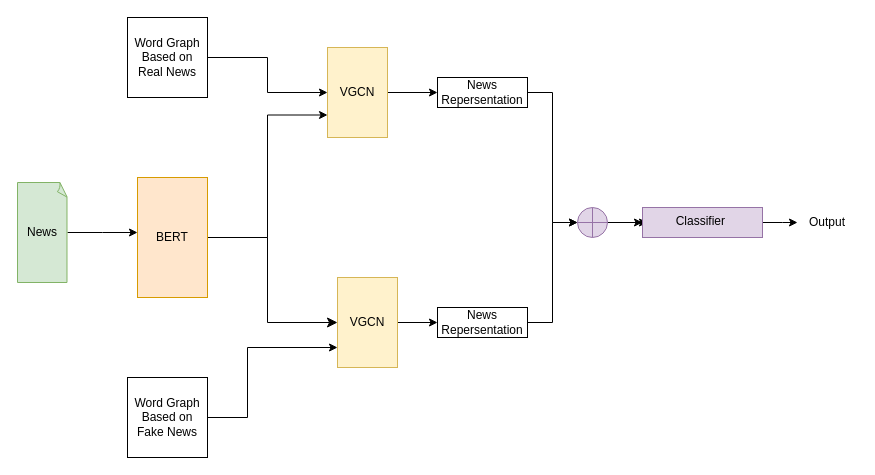
Earlier version of the draw.io diagram page "Page-2" (1 of 2) of GraphBERT.drawio (prabsh/pj). Source tidied: cells renumbered, new cells numbered last; positions are measured from the earlier drawing's top-left corner, leaving out a move shared by most shapes. Both pictures are drawn from the tidied source at 100%, with x=0, y=0 at pixel (17, 17).
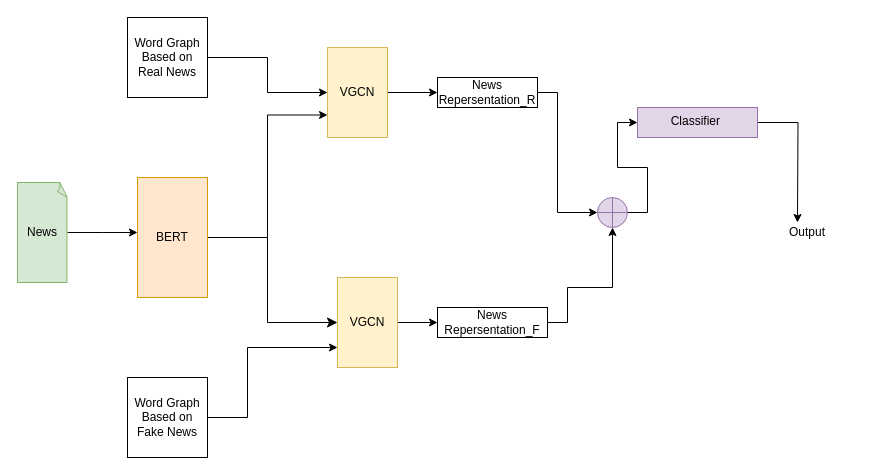
The same diagram, later.

Change to the diagram source:
```diff
@@
-    <mxCell id="15" value="News Repersentation" style="rounded=0;whiteSpace=wrap;html=1;" parent="1" vertex="1">
-      <mxGeometry x="420" y="60" width="90" height="30" as="geometry" />
+    <mxCell id="15" value="News Repersentation_R" style="rounded=0;whiteSpace=wrap;html=1;" parent="1" vertex="1">
+      <mxGeometry x="420" y="60" width="100" height="30" as="geometry" />
     </mxCell>
-    <mxCell id="16" style="edgeStyle=orthogonalEdgeStyle;rounded=0;jettySize=auto;html=1;entryX=0;entryY=0.5;entryDx=0;entryDy=0;entryPerimeter=0;" parent="1" edge="1" source="17" target="21">
-      <mxGeometry relative="1" as="geometry" />
+    <mxCell id="16" style="edgeStyle=orthogonalEdgeStyle;rounded=0;jettySize=auto;html=1;entryX=0.5;entryY=1;entryDx=0;entryDy=0;entryPerimeter=0;exitX=1;exitY=0.5;exitDx=0;exitDy=0;" parent="1" edge="1" source="17" target="21">
+      <mxGeometry relative="1" as="geometry">
+        <Array as="points">
+          <mxPoint x="550" y="305" />
+          <mxPoint x="550" y="270" />
+          <mxPoint x="595" y="270" />
+        </Array>
+      </mxGeometry>
     </mxCell>
-    <mxCell id="17" value="News Repersentation" style="rounded=0;whiteSpace=wrap;html=1;" parent="1" vertex="1">
-      <mxGeometry x="420" y="290" width="90" height="30" as="geometry" />
+    <mxCell id="17" value="News Repersentation_F" style="rounded=0;whiteSpace=wrap;html=1;" parent="1" vertex="1">
+      <mxGeometry x="420" y="290" width="110" height="30" as="geometry" />
     </mxCell>
@@
-    <mxCell id="19" style="edgeStyle=orthogonalEdgeStyle;rounded=0;jettySize=auto;html=1;" parent="1" edge="1" source="21">
-      <mxGeometry relative="1" as="geometry">
-        <mxPoint x="630" y="205" as="targetPoint" />
-      </mxGeometry>
-    </mxCell>
-    <mxCell id="20" style="edgeStyle=orthogonalEdgeStyle;rounded=0;jettySize=auto;html=1;" parent="1" edge="1" source="21" target="24">
+    <mxCell id="20" style="edgeStyle=orthogonalEdgeStyle;rounded=0;jettySize=auto;html=1;entryX=0;entryY=0.5;entryDx=0;entryDy=0;" parent="1" edge="1" source="21" target="24">
       <mxGeometry relative="1" as="geometry" />
     </mxCell>
     <mxCell id="21" style="verticalLabelPosition=bottom;verticalAlign=top;html=1;shape=mxgraph.flowchart.summing_function;fillColor=#e1d5e7;strokeColor=#9673a6;" parent="1" vertex="1">
-      <mxGeometry x="560" y="190" width="30" height="30" as="geometry" />
+      <mxGeometry x="580" y="180" width="30" height="30" as="geometry" />
     </mxCell>
     <mxCell id="22" style="edgeStyle=orthogonalEdgeStyle;rounded=0;jettySize=auto;html=1;entryX=0;entryY=0.5;entryDx=0;entryDy=0;entryPerimeter=0;" parent="1" edge="1" source="15" target="21">
-      <mxGeometry relative="1" as="geometry" />
+      <mxGeometry relative="1" as="geometry">
+        <Array as="points">
+          <mxPoint x="540" y="75" />
+          <mxPoint x="540" y="195" />
+        </Array>
+      </mxGeometry>
     </mxCell>
@@
     <mxCell id="24" value="Classifier&amp;nbsp;" style="whiteSpace=wrap;html=1;verticalAlign=top;fillColor=#e1d5e7;strokeColor=#9673a6;" parent="1" vertex="1">
-      <mxGeometry x="625" y="190" width="120" height="30" as="geometry" />
+      <mxGeometry x="620" y="90" width="120" height="30" as="geometry" />
     </mxCell>
     <mxCell id="25" value="Output" style="text;html=1;align=center;verticalAlign=middle;whiteSpace=wrap;rounded=0;" parent="1" vertex="1">
-      <mxGeometry x="780" y="190" width="60" height="30" as="geometry" />
+      <mxGeometry x="760" y="200" width="60" height="30" as="geometry" />
     </mxCell>
```
